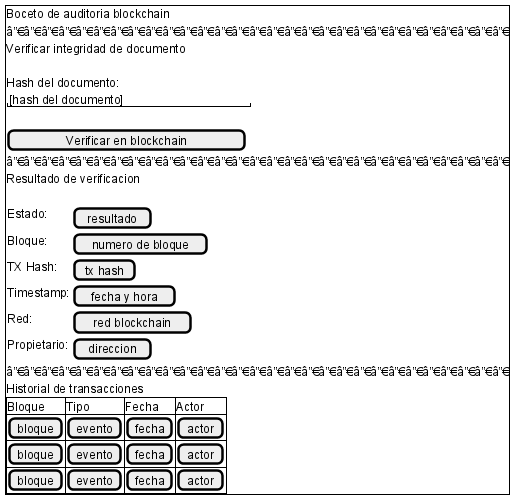
The PlantUML diagram anexos/diagramas/ui-blockchain-auditor.png in ErDeivih/DocumentChain, before a commit. Its diagram source:
```plantuml
@startsalt
{+
  Boceto de auditoria blockchain
  â”€â”€â”€â”€â”€â”€â”€â”€â”€â”€â”€â”€â”€â”€â”€â”€â”€â”€â”€â”€â”€â”€â”€â”€â”€â”€â”€â”€â”€
  Verificar integridad de documento
  .
  Hash del documento:
  "[hash del documento]          "
  .
  [   Verificar en blockchain   ]
  â”€â”€â”€â”€â”€â”€â”€â”€â”€â”€â”€â”€â”€â”€â”€â”€â”€â”€â”€â”€â”€â”€â”€â”€â”€â”€â”€â”€â”€
  Resultado de verificacion
  .
  {
    Estado: | [resultado]
    Bloque: | [numero de bloque]
    TX Hash: | [tx hash]
    Timestamp: | [fecha y hora]
    Red: | [red blockchain]
    Propietario: | [direccion]
  }
  â”€â”€â”€â”€â”€â”€â”€â”€â”€â”€â”€â”€â”€â”€â”€â”€â”€â”€â”€â”€â”€â”€â”€â”€â”€â”€â”€â”€â”€
  Historial de transacciones
  {#
    Bloque | Tipo | Fecha | Actor
    [bloque] | [evento] | [fecha] | [actor]
    [bloque] | [evento] | [fecha] | [actor]
    [bloque] | [evento] | [fecha] | [actor]
  }
}
@endsalt
```
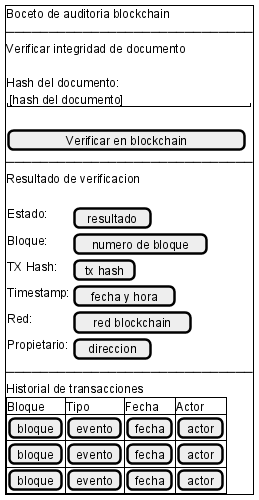
Above is the later version.

What changed in the source:
```diff
@@ -1,14 +1,14 @@
 @startsalt
 {+
   Boceto de auditoria blockchain
-  â”€â”€â”€â”€â”€â”€â”€â”€â”€â”€â”€â”€â”€â”€â”€â”€â”€â”€â”€â”€â”€â”€â”€â”€â”€â”€â”€â”€â”€
+  ─────────────────────────────
   Verificar integridad de documento
   .
   Hash del documento:
   "[hash del documento]          "
   .
   [   Verificar en blockchain   ]
-  â”€â”€â”€â”€â”€â”€â”€â”€â”€â”€â”€â”€â”€â”€â”€â”€â”€â”€â”€â”€â”€â”€â”€â”€â”€â”€â”€â”€â”€
+  ─────────────────────────────
   Resultado de verificacion
   .
   {
@@ -19,7 +19,7 @@
     Red: | [red blockchain]
     Propietario: | [direccion]
   }
-  â”€â”€â”€â”€â”€â”€â”€â”€â”€â”€â”€â”€â”€â”€â”€â”€â”€â”€â”€â”€â”€â”€â”€â”€â”€â”€â”€â”€â”€
+  ─────────────────────────────
   Historial de transacciones
   {#
     Bloque | Tipo | Fecha | Actor
```
